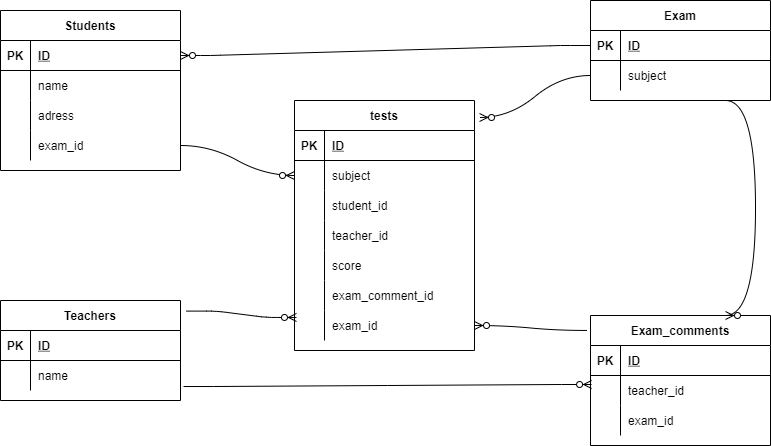
yakushido/COACHTECH_Database keeps this draw.io diagram as 20220301yakushido.drawio.png. Above is the earlier version. Source tidied: cells renumbered, new cells last; positions are measured from the earlier drawing's top-left corner, leaving out a move shared by most shapes.
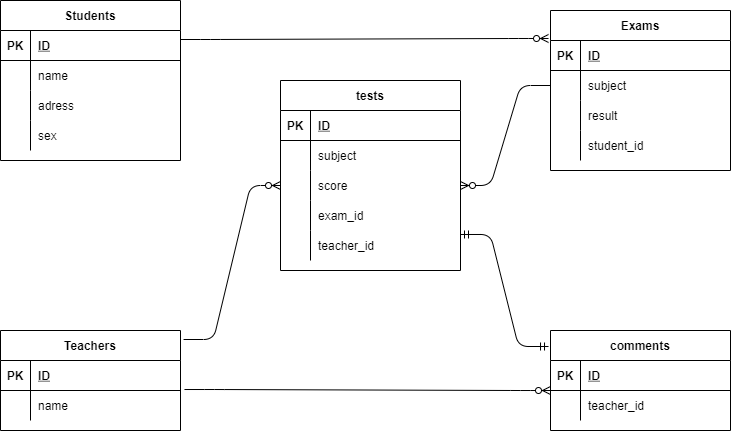
Above is the later version.

Commit message:
全体的に改変

What changed in the source:
```diff
@@ -3,7 +3,7 @@
     <mxCell id="0" />
     <mxCell id="1" parent="0" />
     <mxCell id="2" value="Students" style="shape=table;startSize=30;rowLines=0;fontStyle=1;align=center;" parent="1" vertex="1">
-      <mxGeometry y="10" width="180" height="160" as="geometry" />
+      <mxGeometry x="50" y="40" width="180" height="160" as="geometry" />
     </mxCell>
     <mxCell id="3" style="shape=partialRectangle;fillColor=none;top=0;left=0;bottom=1;right=0;points=[[0,0.5],[1,0.5]];portConstraint=eastwest;" parent="2" vertex="1">
       <mxGeometry y="30" width="180" height="30" as="geometry" />
@@ -32,17 +32,17 @@
     <mxCell id="11" value="adress" style="shape=partialRectangle;fillColor=none;top=0;left=0;bottom=0;right=0;align=left;spacingLeft=6;overflow=hidden;" parent="9" vertex="1">
       <mxGeometry x="30" width="150" height="30" as="geometry" />
     </mxCell>
-    <mxCell id="12" style="shape=partialRectangle;fillColor=none;top=0;left=0;bottom=0;right=0;" parent="2" vertex="1">
-      <mxGeometry y="120" width="180" height="30" as="geometry" />
-    </mxCell>
-    <mxCell id="13" style="shape=partialRectangle;fillColor=none;top=0;left=0;bottom=0;right=0;overflow=hidden;" parent="12" vertex="1">
-      <mxGeometry width="30" height="30" as="geometry" />
-    </mxCell>
-    <mxCell id="14" value="exam_id" style="shape=partialRectangle;fillColor=none;top=0;left=0;bottom=0;right=0;align=left;spacingLeft=6;overflow=hidden;" parent="12" vertex="1">
-      <mxGeometry x="30" width="150" height="30" as="geometry" />
-    </mxCell>
+    <mxCell id="68" style="shape=partialRectangle;fillColor=none;top=0;left=0;bottom=0;right=0;" parent="2" vertex="1">
+      <mxGeometry y="120" width="180" height="30" as="geometry" />
+    </mxCell>
+    <mxCell id="69" style="shape=partialRectangle;fillColor=none;top=0;left=0;bottom=0;right=0;overflow=hidden;" parent="68" vertex="1">
+      <mxGeometry width="30" height="30" as="geometry" />
+    </mxCell>
+    <mxCell id="70" value="sex" style="shape=partialRectangle;fillColor=none;top=0;left=0;bottom=0;right=0;align=left;spacingLeft=6;overflow=hidden;" parent="68" vertex="1">
+      <mxGeometry x="30" width="150" height="30" as="geometry" />
+    </mxCell>
     <mxCell id="15" value="Teachers" style="shape=table;startSize=30;rowLines=0;fontStyle=1;align=center;" parent="1" vertex="1">
-      <mxGeometry y="300" width="180" height="100" as="geometry" />
+      <mxGeometry x="50" y="370" width="180" height="100" as="geometry" />
     </mxCell>
     <mxCell id="16" style="shape=partialRectangle;fillColor=none;top=0;left=0;bottom=1;right=0;" parent="15" vertex="1">
       <mxGeometry y="30" width="180" height="30" as="geometry" />
@@ -63,7 +63,7 @@
       <mxGeometry x="30" width="150" height="30" as="geometry" />
     </mxCell>
     <mxCell id="22" value="tests" style="shape=table;startSize=30;rowLines=0;fontStyle=1;align=center;" parent="1" vertex="1">
-      <mxGeometry x="294" y="100" width="180" height="250" as="geometry" />
+      <mxGeometry x="330" y="120" width="180" height="190" as="geometry" />
     </mxCell>
     <mxCell id="23" style="shape=partialRectangle;fillColor=none;top=0;left=0;bottom=1;right=0;" parent="22" vertex="1">
       <mxGeometry y="30" width="180" height="30" as="geometry" />
@@ -83,26 +83,8 @@
     <mxCell id="28" value="subject" style="shape=partialRectangle;fillColor=none;top=0;left=0;bottom=0;right=0;align=left;spacingLeft=6;overflow=hidden;" parent="26" vertex="1">
       <mxGeometry x="30" width="150" height="30" as="geometry" />
     </mxCell>
-    <mxCell id="29" style="shape=partialRectangle;fillColor=none;top=0;left=0;bottom=0;right=0;" parent="22" vertex="1">
-      <mxGeometry y="90" width="180" height="30" as="geometry" />
-    </mxCell>
-    <mxCell id="30" style="shape=partialRectangle;fillColor=none;top=0;left=0;bottom=0;right=0;overflow=hidden;" parent="29" vertex="1">
-      <mxGeometry width="30" height="30" as="geometry" />
-    </mxCell>
-    <mxCell id="31" value="student_id" style="shape=partialRectangle;fillColor=none;top=0;left=0;bottom=0;right=0;align=left;spacingLeft=6;overflow=hidden;" parent="29" vertex="1">
-      <mxGeometry x="30" width="150" height="30" as="geometry" />
-    </mxCell>
-    <mxCell id="32" style="shape=partialRectangle;fillColor=none;top=0;left=0;bottom=0;right=0;" parent="22" vertex="1">
-      <mxGeometry y="120" width="180" height="30" as="geometry" />
-    </mxCell>
-    <mxCell id="33" style="shape=partialRectangle;fillColor=none;top=0;left=0;bottom=0;right=0;overflow=hidden;" parent="32" vertex="1">
-      <mxGeometry width="30" height="30" as="geometry" />
-    </mxCell>
-    <mxCell id="34" value="teacher_id" style="shape=partialRectangle;fillColor=none;top=0;left=0;bottom=0;right=0;align=left;spacingLeft=6;overflow=hidden;" parent="32" vertex="1">
-      <mxGeometry x="30" width="150" height="30" as="geometry" />
-    </mxCell>
     <mxCell id="35" style="shape=partialRectangle;fillColor=none;top=0;left=0;bottom=0;right=0;points=[[0,0.5],[1,0.5]];portConstraint=eastwest;" parent="22" vertex="1">
-      <mxGeometry y="150" width="180" height="30" as="geometry" />
+      <mxGeometry y="90" width="180" height="30" as="geometry" />
     </mxCell>
     <mxCell id="36" style="shape=partialRectangle;fillColor=none;top=0;left=0;bottom=0;right=0;overflow=hidden;" parent="35" vertex="1">
       <mxGeometry width="30" height="30" as="geometry" />
@@ -110,17 +92,8 @@
     <mxCell id="37" value="score" style="shape=partialRectangle;fillColor=none;top=0;left=0;bottom=0;right=0;align=left;spacingLeft=6;overflow=hidden;" parent="35" vertex="1">
       <mxGeometry x="30" width="150" height="30" as="geometry" />
     </mxCell>
-    <mxCell id="38" style="shape=partialRectangle;fillColor=none;top=0;left=0;bottom=0;right=0;" parent="22" vertex="1">
-      <mxGeometry y="180" width="180" height="30" as="geometry" />
-    </mxCell>
-    <mxCell id="39" style="shape=partialRectangle;fillColor=none;top=0;left=0;bottom=0;right=0;overflow=hidden;" parent="38" vertex="1">
-      <mxGeometry width="30" height="30" as="geometry" />
-    </mxCell>
-    <mxCell id="40" value="exam_comment_id" style="shape=partialRectangle;fillColor=none;top=0;left=0;bottom=0;right=0;align=left;spacingLeft=6;overflow=hidden;" parent="38" vertex="1">
-      <mxGeometry x="30" width="150" height="30" as="geometry" />
-    </mxCell>
     <mxCell id="41" style="shape=partialRectangle;fillColor=none;top=0;left=0;bottom=0;right=0;points=[[0,0.5],[1,0.5]];portConstraint=eastwest;" parent="22" vertex="1">
-      <mxGeometry y="210" width="180" height="30" as="geometry" />
+      <mxGeometry y="120" width="180" height="30" as="geometry" />
     </mxCell>
     <mxCell id="42" style="shape=partialRectangle;fillColor=none;top=0;left=0;bottom=0;right=0;overflow=hidden;" parent="41" vertex="1">
       <mxGeometry width="30" height="30" as="geometry" />
@@ -128,8 +101,17 @@
     <mxCell id="43" value="exam_id" style="shape=partialRectangle;fillColor=none;top=0;left=0;bottom=0;right=0;align=left;spacingLeft=6;overflow=hidden;" parent="41" vertex="1">
       <mxGeometry x="30" width="150" height="30" as="geometry" />
     </mxCell>
+    <mxCell id="71" style="shape=partialRectangle;fillColor=none;top=0;left=0;bottom=0;right=0;points=[[0,0.5],[1,0.5]];portConstraint=eastwest;" parent="22" vertex="1">
+      <mxGeometry y="150" width="180" height="30" as="geometry" />
+    </mxCell>
+    <mxCell id="72" style="shape=partialRectangle;fillColor=none;top=0;left=0;bottom=0;right=0;overflow=hidden;" parent="71" vertex="1">
+      <mxGeometry width="30" height="30" as="geometry" />
+    </mxCell>
+    <mxCell id="34" value="teacher_id" style="shape=partialRectangle;fillColor=none;top=0;left=0;bottom=0;right=0;align=left;spacingLeft=6;overflow=hidden;" parent="71" vertex="1">
+      <mxGeometry x="30" width="150" height="30" as="geometry" />
+    </mxCell>
-    <mxCell id="44" value="Exam" style="shape=table;startSize=30;rowLines=0;fontStyle=1;align=center;" parent="1" vertex="1">
-      <mxGeometry x="590" width="180" height="100" as="geometry" />
+    <mxCell id="44" value="Exams" style="shape=table;startSize=30;rowLines=0;fontStyle=1;align=center;" parent="1" vertex="1">
+      <mxGeometry x="600" y="50" width="180" height="160" as="geometry" />
     </mxCell>
     <mxCell id="45" style="shape=partialRectangle;fillColor=none;top=0;left=0;bottom=1;right=0;points=[[0,0.5],[1,0.5]];portConstraint=eastwest;" parent="44" vertex="1">
       <mxGeometry y="30" width="180" height="30" as="geometry" />
@@ -149,8 +131,26 @@
     <mxCell id="50" value="subject" style="shape=partialRectangle;fillColor=none;top=0;left=0;bottom=0;right=0;align=left;spacingLeft=6;overflow=hidden;" parent="48" vertex="1">
       <mxGeometry x="30" width="150" height="30" as="geometry" />
     </mxCell>
+    <mxCell id="73" style="shape=partialRectangle;fillColor=none;top=0;left=0;bottom=0;right=0;" parent="44" vertex="1">
+      <mxGeometry y="90" width="180" height="30" as="geometry" />
+    </mxCell>
+    <mxCell id="74" style="shape=partialRectangle;fillColor=none;top=0;left=0;bottom=0;right=0;overflow=hidden;" parent="73" vertex="1">
+      <mxGeometry width="30" height="30" as="geometry" />
+    </mxCell>
+    <mxCell id="75" value="result" style="shape=partialRectangle;fillColor=none;top=0;left=0;bottom=0;right=0;align=left;spacingLeft=6;overflow=hidden;" parent="73" vertex="1">
+      <mxGeometry x="30" width="150" height="30" as="geometry" />
+    </mxCell>
+    <mxCell id="76" style="shape=partialRectangle;fillColor=none;top=0;left=0;bottom=0;right=0;" parent="44" vertex="1">
+      <mxGeometry y="120" width="180" height="30" as="geometry" />
+    </mxCell>
+    <mxCell id="77" style="shape=partialRectangle;fillColor=none;top=0;left=0;bottom=0;right=0;overflow=hidden;" parent="76" vertex="1">
+      <mxGeometry width="30" height="30" as="geometry" />
+    </mxCell>
+    <mxCell id="31" value="student_id" style="shape=partialRectangle;fillColor=none;top=0;left=0;bottom=0;right=0;align=left;spacingLeft=6;overflow=hidden;" parent="76" vertex="1">
+      <mxGeometry x="30" width="150" height="30" as="geometry" />
+    </mxCell>
-    <mxCell id="51" value="Exam_comments" style="shape=table;startSize=30;rowLines=0;fontStyle=1;align=center;" parent="1" vertex="1">
-      <mxGeometry x="590" y="315" width="180" height="130" as="geometry" />
+    <mxCell id="51" value="comments" style="shape=table;startSize=30;rowLines=0;fontStyle=1;align=center;" parent="1" vertex="1">
+      <mxGeometry x="600" y="370" width="180" height="100" as="geometry" />
     </mxCell>
     <mxCell id="52" style="shape=partialRectangle;fillColor=none;top=0;left=0;bottom=1;right=0;" parent="51" vertex="1">
       <mxGeometry y="30" width="180" height="30" as="geometry" />
@@ -170,39 +170,22 @@
     <mxCell id="57" value="teacher_id" style="shape=partialRectangle;fillColor=none;top=0;left=0;bottom=0;right=0;align=left;spacingLeft=6;overflow=hidden;" parent="55" vertex="1">
       <mxGeometry x="30" width="150" height="30" as="geometry" />
     </mxCell>
-    <mxCell id="58" style="shape=partialRectangle;fillColor=none;top=0;left=0;bottom=0;right=0;" parent="51" vertex="1">
-      <mxGeometry y="90" width="180" height="30" as="geometry" />
-    </mxCell>
-    <mxCell id="59" style="shape=partialRectangle;fillColor=none;top=0;left=0;bottom=0;right=0;overflow=hidden;" parent="58" vertex="1">
-      <mxGeometry width="30" height="30" as="geometry" />
-    </mxCell>
-    <mxCell id="60" value="exam_id" style="shape=partialRectangle;fillColor=none;top=0;left=0;bottom=0;right=0;align=left;spacingLeft=6;overflow=hidden;" parent="58" vertex="1">
-      <mxGeometry x="30" width="150" height="30" as="geometry" />
-    </mxCell>
-    <mxCell id="61" style="edgeStyle=entityRelationEdgeStyle;fontSize=12;html=1;endArrow=ERzeroToMany;endFill=1;exitX=1.033;exitY=0.106;exitDx=0;exitDy=0;entryX=0.011;entryY=0.232;entryDx=0;entryDy=0;entryPerimeter=0;exitPerimeter=0;" parent="1" edge="1" source="15" target="41">
-      <mxGeometry relative="1" as="geometry" />
-    </mxCell>
-    <mxCell id="62" style="edgeStyle=entityRelationEdgeStyle;fontSize=12;html=1;endArrow=ERzeroToMany;endFill=1;curved=1;entryX=0.006;entryY=0.3;entryDx=0;entryDy=0;entryPerimeter=0;exitX=1.017;exitY=-0.133;exitDx=0;exitDy=0;exitPerimeter=0;" parent="1" edge="1" target="55">
-      <mxGeometry relative="1" as="geometry">
-        <mxPoint x="183.1" y="386" as="sourcePoint" />
-      </mxGeometry>
-    </mxCell>
-    <mxCell id="63" style="edgeStyle=entityRelationEdgeStyle;fontSize=12;html=1;endArrow=ERzeroToMany;endFill=1;curved=1;exitX=-0.022;exitY=0.115;exitDx=0;exitDy=0;entryX=1;entryY=0.5;entryDx=0;entryDy=0;exitPerimeter=0;" parent="1" edge="1" source="51" target="41">
-      <mxGeometry relative="1" as="geometry" />
-    </mxCell>
-    <mxCell id="64" style="edgeStyle=entityRelationEdgeStyle;fontSize=12;html=1;endArrow=ERzeroToMany;endFill=1;curved=1;exitX=1;exitY=0.5;exitDx=0;exitDy=0;entryX=0;entryY=0.5;entryDx=0;entryDy=0;" parent="1" edge="1" target="26">
-      <mxGeometry relative="1" as="geometry">
-        <mxPoint x="180" y="145" as="sourcePoint" />
-      </mxGeometry>
-    </mxCell>
-    <mxCell id="65" style="edgeStyle=entityRelationEdgeStyle;fontSize=12;html=1;endArrow=ERzeroToMany;endFill=1;curved=1;entryX=1.028;entryY=0.068;entryDx=0;entryDy=0;entryPerimeter=0;exitX=0;exitY=0.5;exitDx=0;exitDy=0;" parent="1" edge="1" source="48" target="22">
-      <mxGeometry relative="1" as="geometry" />
-    </mxCell>
-    <mxCell id="66" style="edgeStyle=entityRelationEdgeStyle;fontSize=12;html=1;endArrow=ERzeroToMany;endFill=1;curved=1;exitX=0.75;exitY=1;exitDx=0;exitDy=0;entryX=0.75;entryY=0;entryDx=0;entryDy=0;" parent="1" edge="1" source="44" target="51">
-      <mxGeometry relative="1" as="geometry" />
-    </mxCell>
-    <mxCell id="67" style="edgeStyle=entityRelationEdgeStyle;fontSize=12;html=1;endArrow=ERzeroToMany;endFill=1;exitX=0;exitY=0.5;exitDx=0;exitDy=0;entryX=1;entryY=0.5;entryDx=0;entryDy=0;" parent="1" edge="1" source="45" target="3">
+    <mxCell id="67" style="edgeStyle=entityRelationEdgeStyle;fontSize=12;html=1;endArrow=ERzeroToMany;endFill=1;exitX=1;exitY=0.3;exitDx=0;exitDy=0;entryX=-0.011;entryY=-0.067;entryDx=0;entryDy=0;exitPerimeter=0;entryPerimeter=0;" parent="1" edge="1" source="3" target="45">
       <mxGeometry relative="1" as="geometry" />
     </mxCell>
+    <mxCell id="78" style="edgeStyle=entityRelationEdgeStyle;fontSize=12;html=1;endArrow=ERzeroToMany;endFill=1;exitX=1.022;exitY=-0.033;exitDx=0;exitDy=0;exitPerimeter=0;entryX=0;entryY=0.167;entryDx=0;entryDy=0;entryPerimeter=0;" parent="1" edge="1" source="19">
+      <mxGeometry relative="1" as="geometry">
+        <mxPoint x="600" y="430" as="targetPoint" />
+      </mxGeometry>
+    </mxCell>
+    <mxCell id="79" style="edgeStyle=entityRelationEdgeStyle;fontSize=12;html=1;endArrow=ERzeroToMany;endFill=1;exitX=1.017;exitY=0.09;exitDx=0;exitDy=0;entryX=0;entryY=0.5;entryDx=0;entryDy=0;exitPerimeter=0;" parent="1" edge="1" source="15" target="35">
+      <mxGeometry relative="1" as="geometry" />
+    </mxCell>
+    <mxCell id="80" style="edgeStyle=entityRelationEdgeStyle;fontSize=12;html=1;endArrow=ERmandOne;startArrow=ERmandOne;entryX=1;entryY=0.133;entryDx=0;entryDy=0;exitX=-0.011;exitY=0.16;exitDx=0;exitDy=0;entryPerimeter=0;exitPerimeter=0;" parent="1" edge="1" source="51" target="71">
+      <mxGeometry relative="1" as="geometry" />
+    </mxCell>
+    <mxCell id="81" style="edgeStyle=entityRelationEdgeStyle;fontSize=12;html=1;endArrow=ERzeroToMany;endFill=1;exitX=0;exitY=0.5;exitDx=0;exitDy=0;" parent="1" edge="1" source="48" target="35">
+      <mxGeometry relative="1" as="geometry" />
+    </mxCell>
   </root>
 </mxGraphModel>
```
